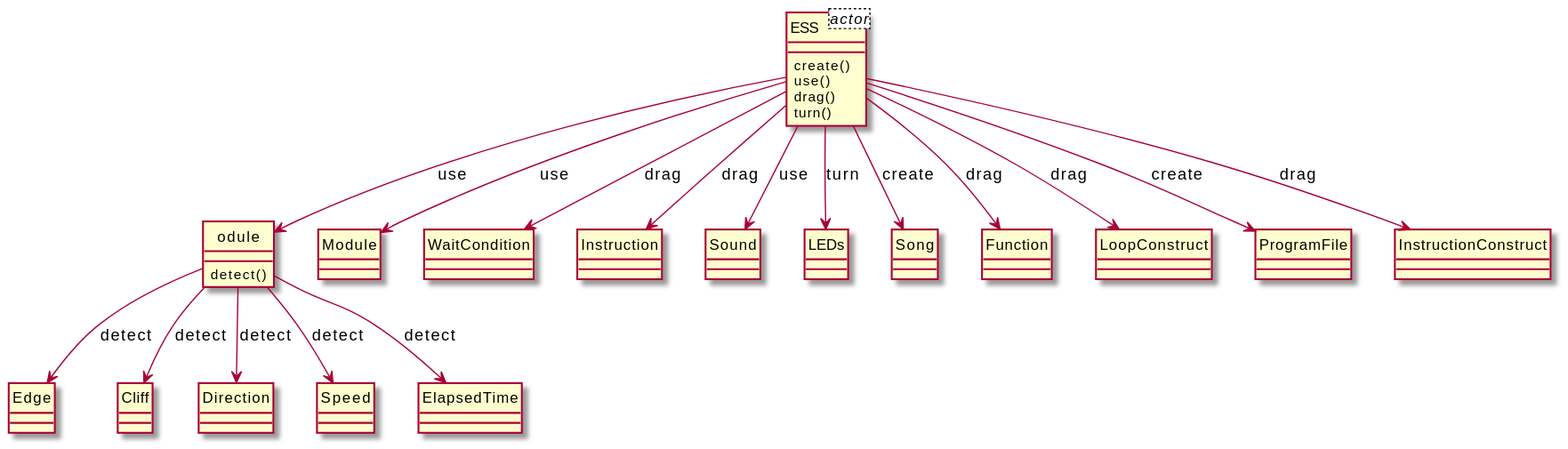
xixixhalu/DomainModelExtractor keeps this PlantUML diagram as output/diagram_5/2014-USC-Project07.svg. Above is the earlier version. Its diagram source:
```plantuml
@startuml
hide circle
class ESS<actor> {
}
class odule {
	detect()
}
class Edge {
}
class ESS {
	create()
	use()
	drag()
	turn()
}
class Module {
}
class WaitCondition {
}
class Cliff {
}
class Direction {
}
class Instruction {
}
class Speed {
}
class Sound {
}
class LEDs {
}
class Song {
}
class ElapsedTime {
}
class Function {
}
class LoopConstruct {
}
class ProgramFile {
}
class InstructionConstruct {
}
ESS --> Instruction : drag
ESS --> LEDs : turn
ESS --> ProgramFile : create
odule --> Cliff : detect
ESS --> Function : drag
ESS --> odule : use
odule --> Edge : detect
odule --> Speed : detect
ESS --> Module : use
ESS --> Song : create
ESS --> InstructionConstruct : drag
odule --> Direction : detect
ESS --> LoopConstruct : drag
ESS --> Sound : use
odule --> ElapsedTime : detect
ESS --> WaitCondition : drag
@enduml
```
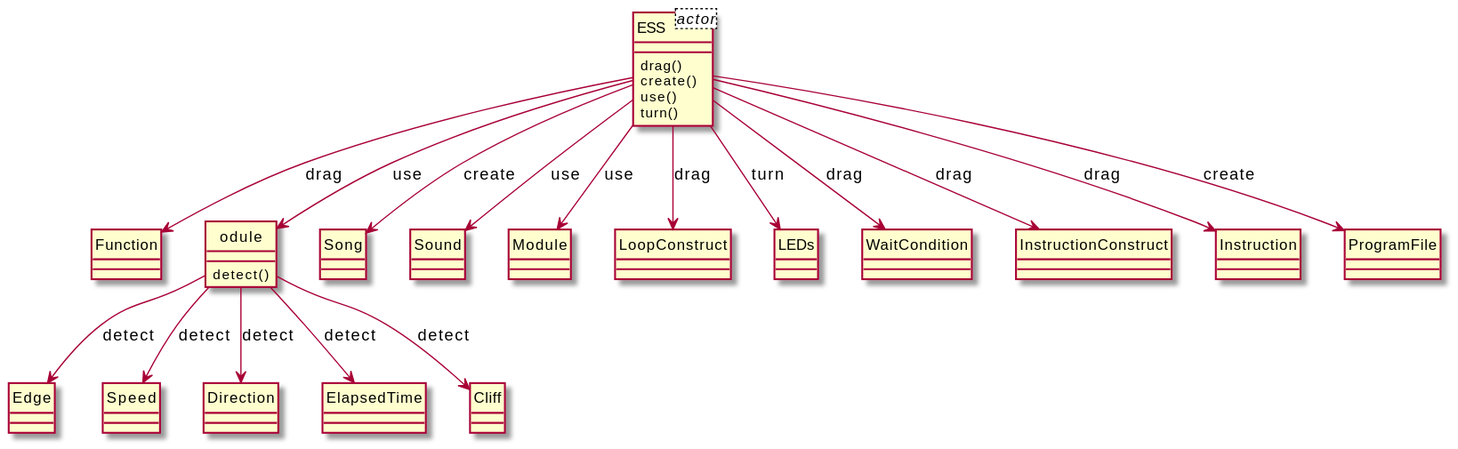
Above is the later version.

Diff of the diagram source:
```diff
@@ -1,60 +1,60 @@
 @startuml
 hide circle
 class ESS<actor> {
+}
+class ESS {
+	drag()
+	create()
+	use()
+	turn()
+}
+class Function {
 }
 class odule {
 	detect()
 }
 class Edge {
 }
-class ESS {
-	create()
-	use()
-	drag()
-	turn()
+class Song {
+}
+class Sound {
 }
 class Module {
 }
+class LoopConstruct {
+}
+class Speed {
+}
+class LEDs {
+}
 class WaitCondition {
+}
+class Direction {
+}
+class InstructionConstruct {
+}
+class Instruction {
+}
+class ProgramFile {
+}
+class ElapsedTime {
 }
 class Cliff {
 }
-class Direction {
-}
-class Instruction {
-}
-class Speed {
-}
-class Sound {
-}
-class LEDs {
-}
-class Song {
-}
-class ElapsedTime {
-}
-class Function {
-}
-class LoopConstruct {
-}
-class ProgramFile {
-}
-class InstructionConstruct {
-}
+ESS --> Sound : use
+odule --> ElapsedTime : detect
+odule --> Speed : detect
 ESS --> Instruction : drag
+odule --> Edge : detect
+odule --> Direction : detect
+ESS --> Function : drag
+ESS --> Module : use
+odule --> Cliff : detect
 ESS --> LEDs : turn
 ESS --> ProgramFile : create
-odule --> Cliff : detect
-ESS --> Function : drag
+ESS --> Song : create
 ESS --> odule : use
-odule --> Edge : detect
-odule --> Speed : detect
-ESS --> Module : use
-ESS --> Song : create
+ESS --> LoopConstruct : drag
 ESS --> InstructionConstruct : drag
-odule --> Direction : detect
-ESS --> LoopConstruct : drag
-ESS --> Sound : use
-odule --> ElapsedTime : detect
 ESS --> WaitCondition : drag
 @enduml
```
